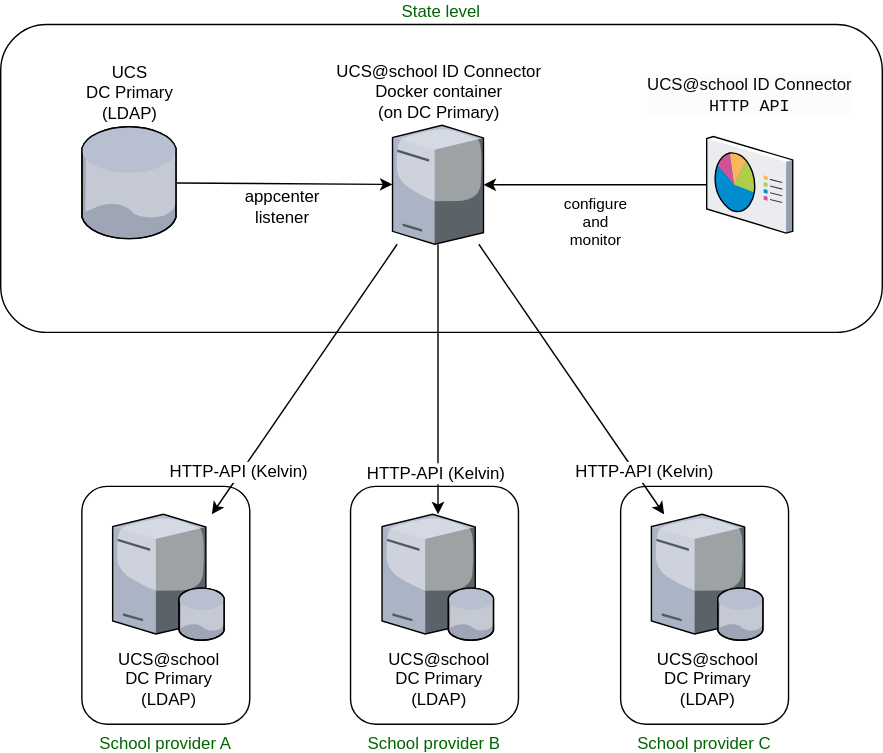
univention/ucsschool-id-connector keeps this draw.io diagram as docs/images/ucsschool-id-connector_overview_extended.svg. Above is the earlier version. Source tidied: cells renumbered, new cells last; positions are measured from the earlier drawing's top-left corner, leaving out a move shared by most shapes.
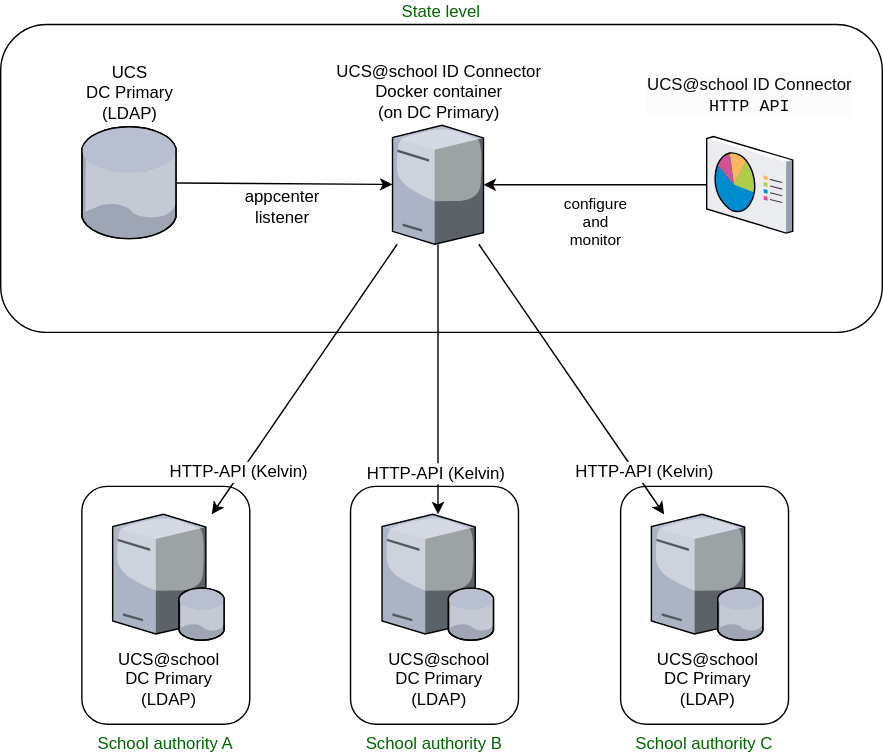
Above is the later version.

The edit, as a diff of the source:
```diff
@@ -5,13 +5,13 @@
     <mxCell id="2" value="&lt;font color=&quot;#006600&quot;&gt;State level&lt;/font&gt;" style="rounded=1;whiteSpace=wrap;html=1;labelPosition=center;verticalLabelPosition=top;align=center;verticalAlign=bottom;" parent="1" vertex="1">
       <mxGeometry width="630" height="220" as="geometry" />
     </mxCell>
-    <mxCell id="3" value="&lt;span style=&quot;color: rgb(0 , 102 , 0)&quot;&gt;School provider C&lt;/span&gt;" style="rounded=1;whiteSpace=wrap;html=1;labelPosition=center;verticalLabelPosition=bottom;align=center;verticalAlign=top;" parent="1" vertex="1">
+    <mxCell id="3" value="&lt;span style=&quot;color: rgb(0 , 102 , 0)&quot;&gt;School authority C&lt;/span&gt;" style="rounded=1;whiteSpace=wrap;html=1;labelPosition=center;verticalLabelPosition=bottom;align=center;verticalAlign=top;" parent="1" vertex="1">
       <mxGeometry x="443" y="330" width="120" height="170" as="geometry" />
     </mxCell>
-    <mxCell id="4" value="&lt;span style=&quot;color: rgb(0 , 102 , 0)&quot;&gt;School provider B&lt;/span&gt;&lt;font color=&quot;#006600&quot;&gt;&lt;br&gt;&lt;/font&gt;" style="rounded=1;whiteSpace=wrap;html=1;labelPosition=center;verticalLabelPosition=bottom;align=center;verticalAlign=top;" parent="1" vertex="1">
+    <mxCell id="4" value="&lt;span style=&quot;color: rgb(0 , 102 , 0)&quot;&gt;School authority B&lt;/span&gt;&lt;font color=&quot;#006600&quot;&gt;&lt;br&gt;&lt;/font&gt;" style="rounded=1;whiteSpace=wrap;html=1;labelPosition=center;verticalLabelPosition=bottom;align=center;verticalAlign=top;" parent="1" vertex="1">
       <mxGeometry x="250" y="330" width="120" height="170" as="geometry" />
     </mxCell>
-    <mxCell id="5" value="&lt;font color=&quot;#006600&quot;&gt;School provider A&lt;/font&gt;" style="rounded=1;whiteSpace=wrap;html=1;labelPosition=center;verticalLabelPosition=bottom;align=center;verticalAlign=top;" parent="1" vertex="1">
+    <mxCell id="5" value="&lt;font color=&quot;#006600&quot;&gt;School authority A&lt;/font&gt;" style="rounded=1;whiteSpace=wrap;html=1;labelPosition=center;verticalLabelPosition=bottom;align=center;verticalAlign=top;" parent="1" vertex="1">
       <mxGeometry x="58" y="330" width="120" height="170" as="geometry" />
     </mxCell>
     <mxCell id="6" style="endArrow=classic;html=1;" parent="1" edge="1" source="19" target="8">
```
